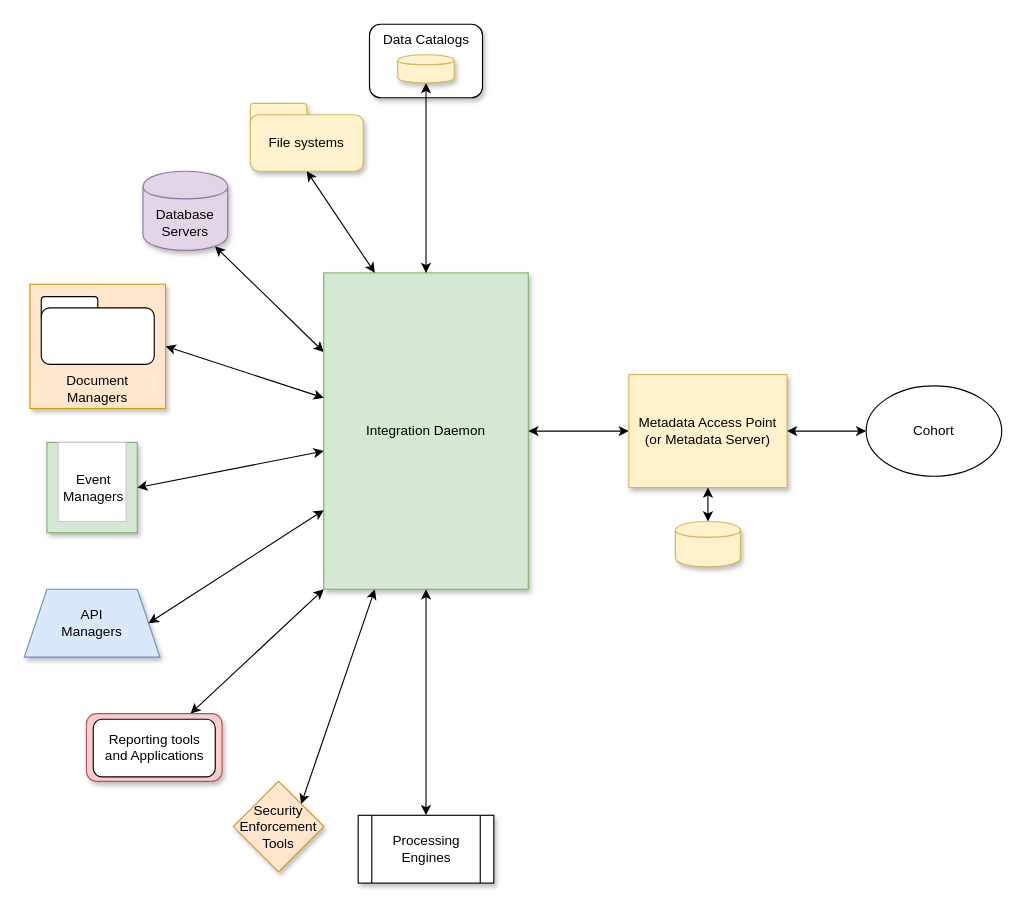
Before: page "in-action" (1 of 6) of open-metadata-implementation/governance-servers/integration-daemon-services/docs/integration-daemon.drawio in odpi/egeria, a draw.io diagram. Source tidied: cells renumbered, new cells numbered last; positions are measured from the earlier drawing's top-left corner, leaving out a move shared by most shapes. Both pictures are drawn from the tidied source at 113%, with x=0, y=0 at pixel (24, 24).
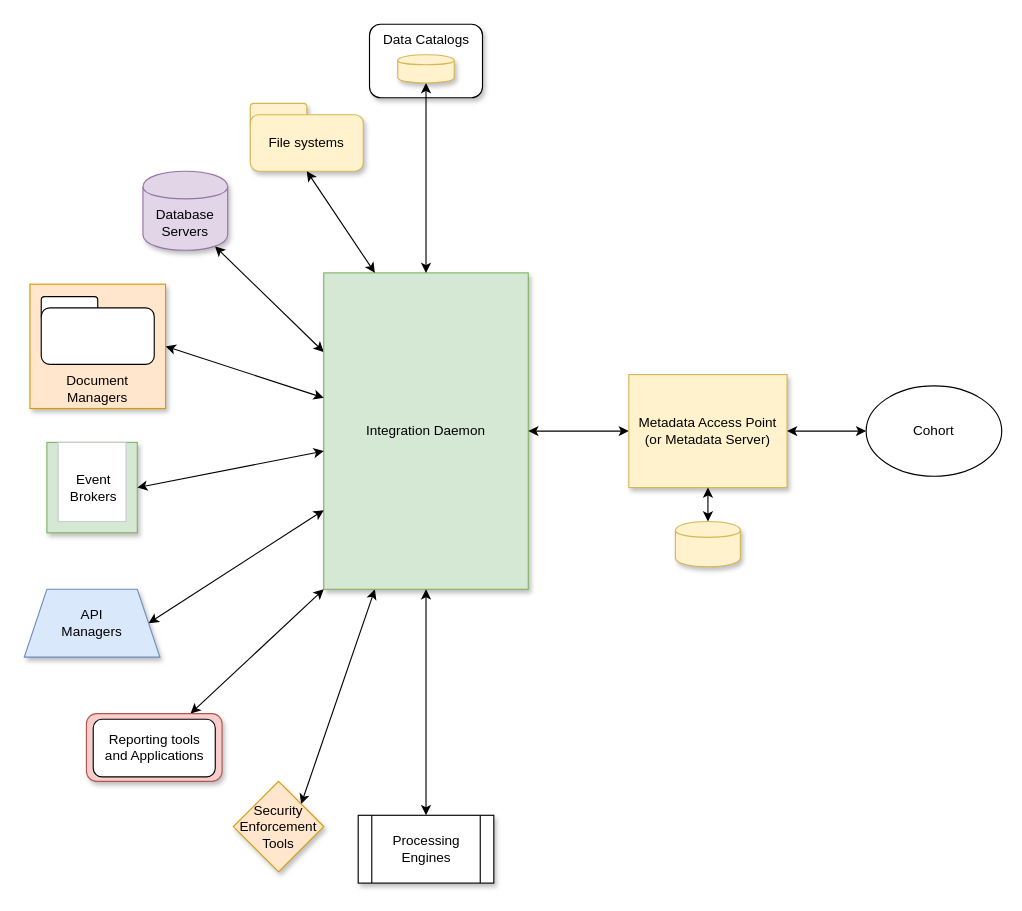
After the change.

Diff of the diagram source:
```diff
@@
-    <mxCell id="27" value="Event&lt;br&gt;Managers" style="text;html=1;align=center;verticalAlign=middle;" parent="1" vertex="1">
-      <mxGeometry x="26" y="395" width="70" height="30" as="geometry" />
+    <mxCell id="27" value="Event&lt;br&gt;Brokers" style="text;html=1;align=center;verticalAlign=middle;" parent="1" vertex="1">
+      <mxGeometry x="31" y="395" width="60" height="30" as="geometry" />
     </mxCell>
```
